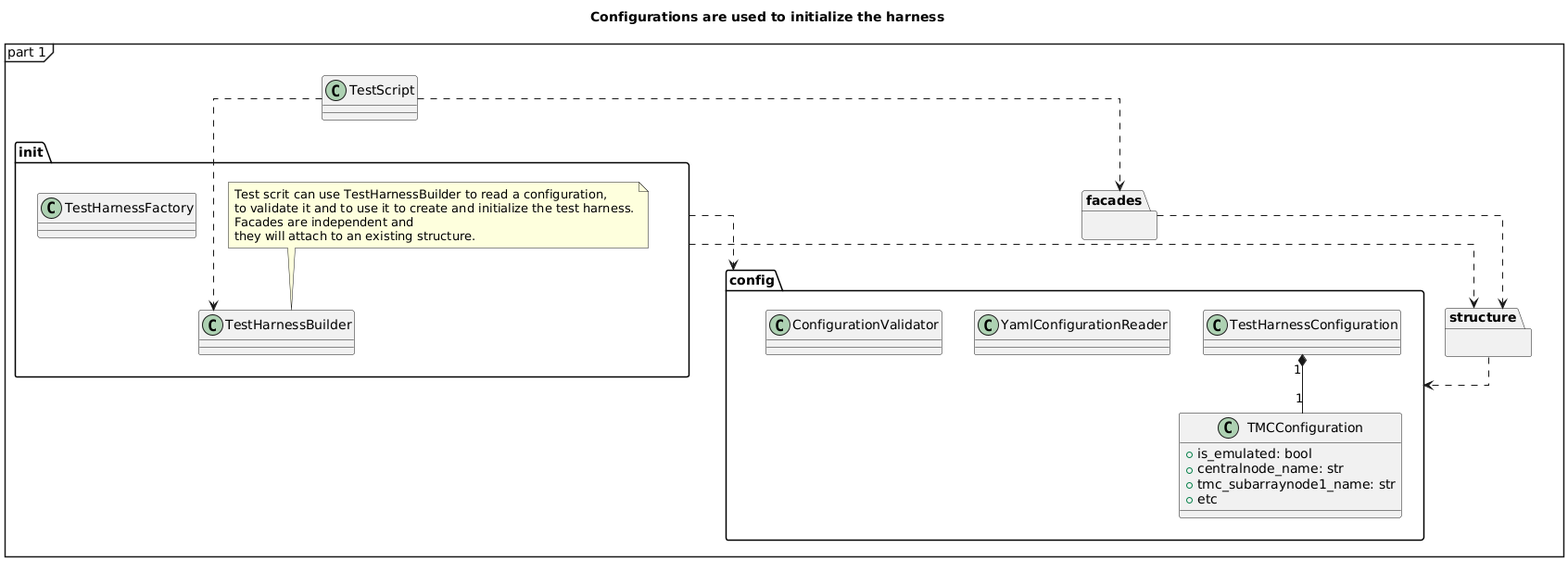
Earlier version of the PlantUML export src/ska_integration_test_harness/architecture-config.png (ska-telescope/ska-integration-test-harness).
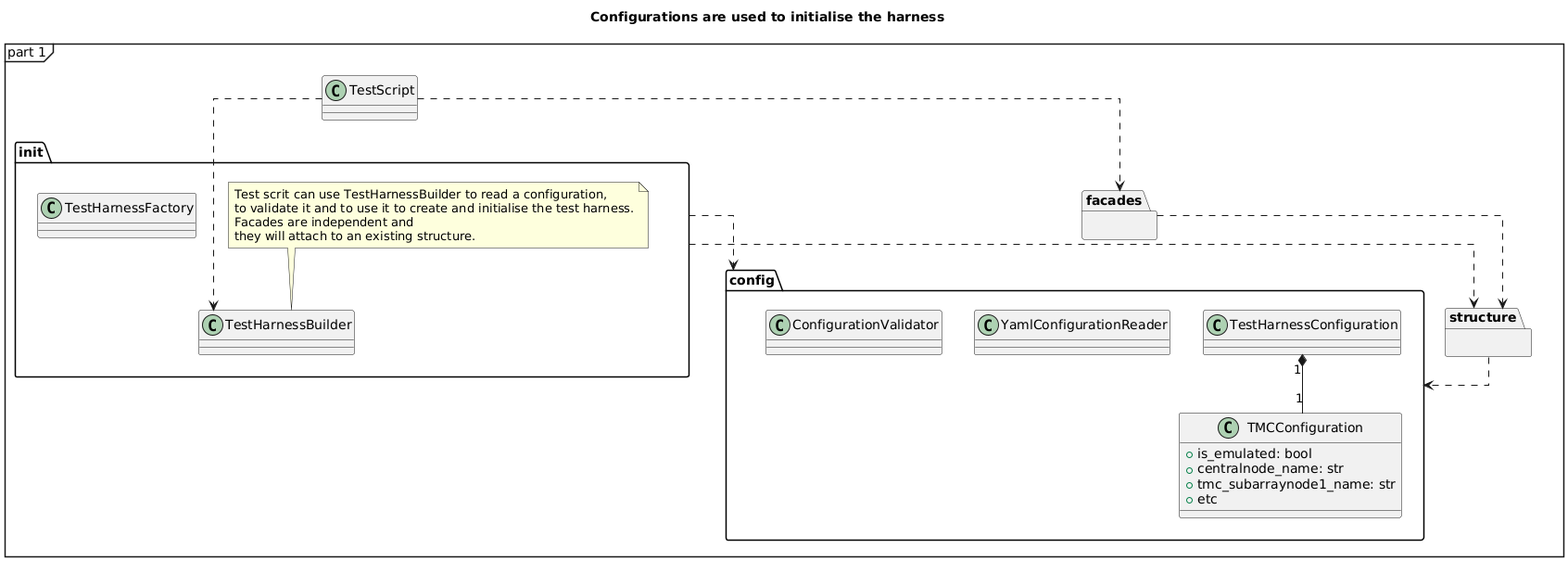
After the change.

Change to the diagram source:
```diff
@@ -4,7 +4,7 @@
 
 top to bottom direction
 
-title Configurations are used to initialize the harness
+title Configurations are used to initialise the harness
 
 class TestScript
 
@@ -14,7 +14,7 @@
     }
     note top
     Test scrit can use TestHarnessBuilder to read a configuration,
-    to validate it and to use it to create and initialize the test harness.
+    to validate it and to use it to create and initialise the test harness.
     Facades are independent and
     they will attach to an existing structure.
     end note
```
